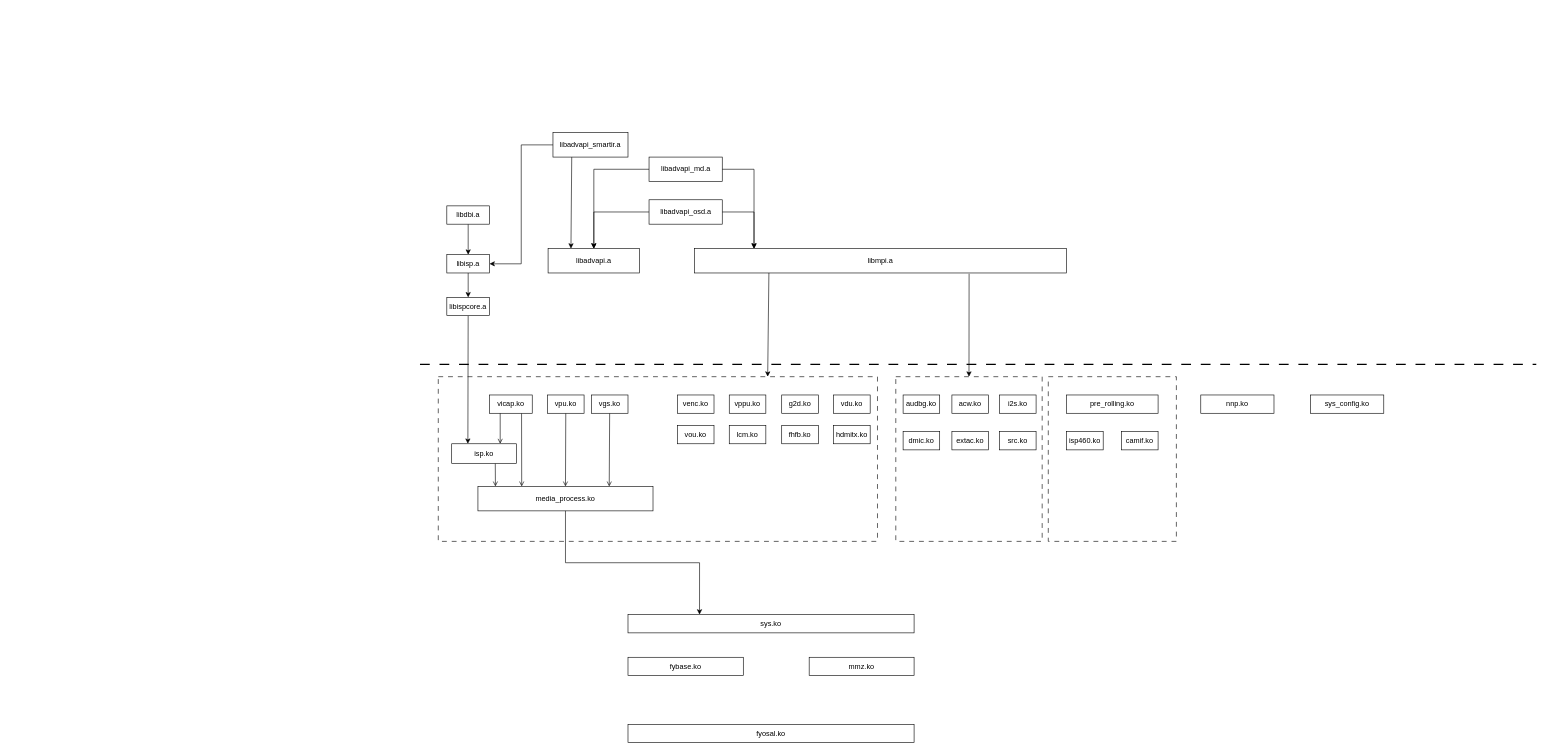
This is page "Linux" (1 of 2) of xc01 依赖关系.drawio from joliet0l/Diagram, a draw.io file, before an edit. Source tidied: cells renumbered, new cells numbered last; positions are measured from the earlier drawing's top-left corner, leaving out a move shared by most shapes. Both pictures are drawn from the tidied source at 61%, with x=0, y=0 at pixel (420, 132).
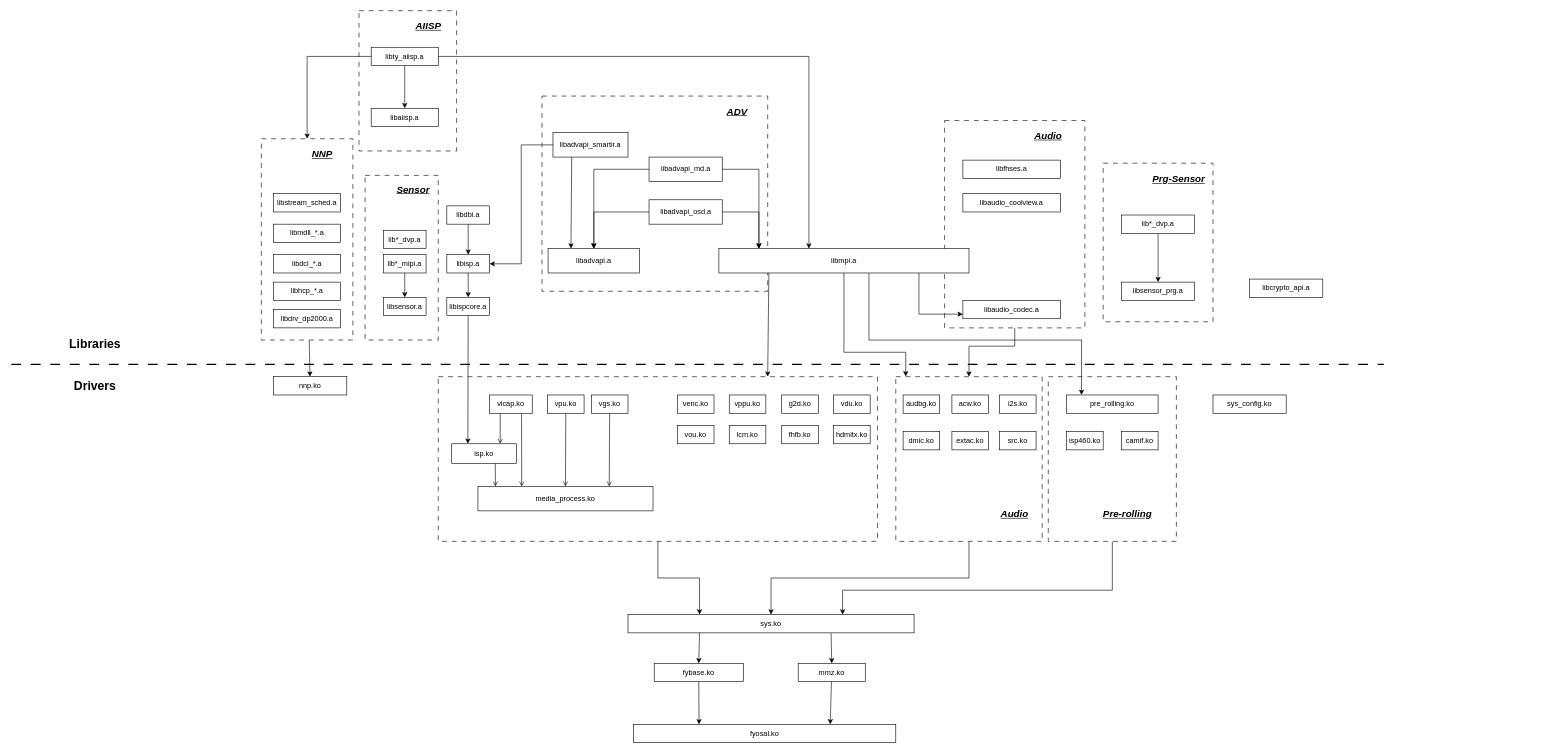
After the change.

Commit message:
更新xc01 依赖关系.drawio

Unchanged cells that the change refers to:
```xml
<mxCell id="2" style="rounded=0;whiteSpace=wrap;html=1;dashed=1;dashPattern=8 8;" parent="1" vertex="1">
  <mxGeometry x="1030" y="400" width="210" height="270" as="geometry" />
</mxCell>
<mxCell id="3" style="rounded=0;whiteSpace=wrap;html=1;dashed=1;dashPattern=8 8;" parent="1" vertex="1">
  <mxGeometry x="780" y="400" width="240" height="270" as="geometry" />
</mxCell>
<mxCell id="4" style="rounded=0;whiteSpace=wrap;html=1;dashed=1;dashPattern=8 8;" parent="1" vertex="1">
  <mxGeometry x="30" y="400" width="720" height="270" as="geometry" />
</mxCell>
<mxCell id="16" value="media_process.ko" style="rounded=0;whiteSpace=wrap;html=1;points=[[0,0,0,0,0],[0,0.25,0,0,0],[0,0.5,0,0,0],[0,0.75,0,0,0],[0,1,0,0,0],[0.1,0,0,0,0],[0.25,0,0,0,0],[0.25,1,0,0,0],[0.41,0,0,0,0],[0.5,0,0,0,0],[0.5,1,0,0,0],[0.63,0,0,0,0],[0.75,0,0,0,0],[0.75,1,0,0,0],[0.89,0,0,0,0],[1,0,0,0,0],[1,0.25,0,0,0],[1,0.5,0,0,0],[1,0.75,0,0,0],[1,1,0,0,0]];" parent="1" vertex="1">
  <mxGeometry x="95" y="580" width="287" height="40" as="geometry" />
</mxCell>
<mxCell id="18" value="sys.ko" style="rounded=0;whiteSpace=wrap;html=1;" parent="1" vertex="1">
  <mxGeometry x="341" y="790" width="469" height="30" as="geometry" />
</mxCell>
```

What changed in the source:
```diff
@@
+    <mxCell id="59" style="rounded=0;whiteSpace=wrap;html=1;dashed=1;dashPattern=8 8;" parent="1" vertex="1">
+      <mxGeometry x="1120" y="50" width="180" height="260" as="geometry" />
+    </mxCell>
+    <mxCell id="60" style="edgeStyle=orthogonalEdgeStyle;rounded=0;jettySize=auto;html=1;entryX=0.5;entryY=0;entryDx=0;entryDy=0;exitX=0.5;exitY=1;exitDx=0;exitDy=0;" parent="1" edge="1" source="61" target="3">
+      <mxGeometry relative="1" as="geometry">
+        <Array as="points">
+          <mxPoint x="975" y="350" />
+          <mxPoint x="900" y="350" />
+        </Array>
+      </mxGeometry>
+    </mxCell>
+    <mxCell id="61" style="rounded=0;whiteSpace=wrap;html=1;dashed=1;dashPattern=8 8;" parent="1" vertex="1">
+      <mxGeometry x="860" y="-20" width="230" height="340" as="geometry" />
+    </mxCell>
+    <mxCell id="62" style="rounded=0;whiteSpace=wrap;html=1;dashed=1;dashPattern=8 8;" parent="1" vertex="1">
+      <mxGeometry x="-90" y="70" width="120" height="270" as="geometry" />
+    </mxCell>
+    <mxCell id="63" style="rounded=0;whiteSpace=wrap;html=1;dashed=1;dashPattern=8 8;" parent="1" vertex="1">
+      <mxGeometry x="-100" y="-200" width="160" height="230" as="geometry" />
+    </mxCell>
+    <mxCell id="64" style="edgeStyle=none;rounded=0;jettySize=auto;html=1;" parent="1" edge="1" source="65" target="38">
+      <mxGeometry relative="1" as="geometry" />
+    </mxCell>
+    <mxCell id="65" style="rounded=0;whiteSpace=wrap;html=1;dashed=1;dashPattern=8 8;" parent="1" vertex="1">
+      <mxGeometry x="-260" y="10" width="150" height="330" as="geometry" />
+    </mxCell>
+    <mxCell id="66" style="rounded=0;whiteSpace=wrap;html=1;dashed=1;dashPattern=8 8;" parent="1" vertex="1">
+      <mxGeometry x="200" y="-60" width="370" height="320" as="geometry" />
+    </mxCell>
+    <mxCell id="67" style="edgeStyle=orthogonalEdgeStyle;rounded=0;jettySize=auto;html=1;entryX=0.75;entryY=0;entryDx=0;entryDy=0;exitX=0.5;exitY=1;exitDx=0;exitDy=0;" parent="1" edge="1" source="2" target="18">
+      <mxGeometry relative="1" as="geometry">
+        <Array as="points">
+          <mxPoint x="1135" y="750" />
+          <mxPoint x="693" y="750" />
+        </Array>
+      </mxGeometry>
+    </mxCell>
@@
+    <mxCell id="68" style="edgeStyle=orthogonalEdgeStyle;rounded=0;jettySize=auto;html=1;entryX=0.5;entryY=0;entryDx=0;entryDy=0;" parent="1" edge="1" source="3" target="18">
+      <mxGeometry relative="1" as="geometry" />
+    </mxCell>
@@
-    <mxCell id="5" style="edgeStyle=none;rounded=0;jettySize=auto;html=1;entryX=0.5;entryY=0;entryDx=0;entryDy=0;exitX=0.738;exitY=1.032;exitDx=0;exitDy=0;exitPerimeter=0;" parent="1" edge="1" source="6" target="3">
-      <mxGeometry relative="1" as="geometry" />
+    <mxCell id="5" style="edgeStyle=orthogonalEdgeStyle;rounded=0;jettySize=auto;html=1;entryX=0.068;entryY=-0.002;entryDx=0;entryDy=0;exitX=0.5;exitY=1;exitDx=0;exitDy=0;exitPerimeter=0;entryPerimeter=0;" parent="1" edge="1" source="6" target="3">
+      <mxGeometry relative="1" as="geometry">
+        <Array as="points">
+          <mxPoint x="695" y="360" />
+          <mxPoint x="796" y="360" />
+        </Array>
+      </mxGeometry>
     </mxCell>
+    <mxCell id="69" style="edgeStyle=orthogonalEdgeStyle;rounded=0;jettySize=auto;html=1;entryX=0;entryY=0.75;entryDx=0;entryDy=0;exitX=0.8;exitY=1;exitDx=0;exitDy=0;exitPerimeter=0;" parent="1" edge="1" source="6" target="85">
+      <mxGeometry relative="1" as="geometry" />
+    </mxCell>
+    <mxCell id="70" style="edgeStyle=orthogonalEdgeStyle;rounded=0;jettySize=auto;html=1;exitX=0.6;exitY=1;exitDx=0;exitDy=0;exitPerimeter=0;entryX=0.25;entryY=0;entryDx=0;entryDy=0;" parent="1" edge="1" source="6">
+      <mxGeometry relative="1" as="geometry">
+        <mxPoint x="1084.5" y="430" as="targetPoint" />
+        <Array as="points">
+          <mxPoint x="736" y="340" />
+          <mxPoint x="1084" y="340" />
+        </Array>
+      </mxGeometry>
+    </mxCell>
     <mxCell id="6" value="libmpi.a" style="rounded=0;whiteSpace=wrap;html=1;points=[[0,0,0,0,0],[0,0.25,0,0,0],[0,0.5,0,0,0],[0,0.75,0,0,0],[0,1,0,0,0],[0.16,0,0,0,0],[0.2,1,0,0,0],[0.25,0,0,0,0],[0.25,1,0,0,0],[0.36,0,0,0,0],[0.4,1,0,0,0],[0.5,0,0,0,0],[0.5,1,0,0,0],[0.56,0,0,0,0],[0.6,1,0,0,0],[0.75,0,0,0,0],[0.75,1,0,0,0],[0.76,0,0,0,0],[0.8,1,0,0,0],[1,0,0,0,0],[1,0.25,0,0,0],[1,0.5,0,0,0],[1,0.75,0,0,0],[1,1,0,0,0]];" parent="1" vertex="1">
-      <mxGeometry x="450" y="190" width="610" height="40" as="geometry" />
+      <mxGeometry x="490" y="190" width="410" height="40" as="geometry" />
     </mxCell>
     <mxCell id="7" style="endArrow=none;dashed=1;html=1;dashPattern=8 8;strokeWidth=2;rounded=0;" parent="1" edge="1">
       <mxGeometry relative="1" as="geometry">
-        <mxPoint y="380" as="sourcePoint" />
-        <mxPoint x="1830" y="380" as="targetPoint" />
+        <mxPoint x="-670" y="380" as="sourcePoint" />
+        <mxPoint x="1580" y="380" as="targetPoint" />
       </mxGeometry>
     </mxCell>
@@
+    <mxCell id="71" style="edgeStyle=none;rounded=0;jettySize=auto;html=1;entryX=0.5;entryY=0;entryDx=0;entryDy=0;entryPerimeter=0;exitX=0.71;exitY=1.027;exitDx=0;exitDy=0;exitPerimeter=0;" parent="1" edge="1" source="18" target="21">
+      <mxGeometry relative="1" as="geometry" />
+    </mxCell>
@@
     <mxCell id="19" value="fybase.ko" style="rounded=0;whiteSpace=wrap;html=1;points=[[0,0,0,0,0],[0,0.25,0,0,0],[0,0.5,0,0,0],[0,0.75,0,0,0],[0,1,0,0,0],[0.25,0,0,0,0],[0.25,1,0,0,0],[0.5,0,0,0,0],[0.5,1,0,0,0],[0.75,0,0,0,0],[0.75,1,0,0,0],[1,0,0,0,0],[1,0.25,0,0,0],[1,0.5,0,0,0],[1,0.75,0,0,0],[1,1,0,0,0]];" parent="1" vertex="1">
-      <mxGeometry x="341" y="860" width="189" height="30" as="geometry" />
+      <mxGeometry x="384" y="870" width="146" height="30" as="geometry" />
     </mxCell>
     <mxCell id="20" value="fyosal.ko" style="rounded=0;whiteSpace=wrap;html=1;points=[[0,0,0,0,0],[0,0.25,0,0,0],[0,0.5,0,0,0],[0,0.75,0,0,0],[0,1,0,0,0],[0.25,0,0,0,0],[0.25,1,0,0,0],[0.5,0,0,0,0],[0.5,1,0,0,0],[0.75,0,0,0,0],[0.75,1,0,0,0],[1,0,0,0,0],[1,0.25,0,0,0],[1,0.5,0,0,0],[1,0.75,0,0,0],[1,1,0,0,0]];" parent="1" vertex="1">
-      <mxGeometry x="341" y="970" width="469" height="30" as="geometry" />
+      <mxGeometry x="350" y="970" width="430" height="30" as="geometry" />
     </mxCell>
     <mxCell id="21" value="mmz.ko" style="rounded=0;whiteSpace=wrap;html=1;points=[[0,0,0,0,0],[0,0.25,0,0,0],[0,0.5,0,0,0],[0,0.75,0,0,0],[0,1,0,0,0],[0.25,0,0,0,0],[0.25,1,0,0,0],[0.5,0,0,0,0],[0.5,1,0,0,0],[0.75,0,0,0,0],[0.75,1,0,0,0],[1,0,0,0,0],[1,0.25,0,0,0],[1,0.5,0,0,0],[1,0.75,0,0,0],[1,1,0,0,0]];" parent="1" vertex="1">
-      <mxGeometry x="638" y="860" width="172" height="30" as="geometry" />
+      <mxGeometry x="620" y="870" width="110" height="30" as="geometry" />
     </mxCell>
-    <mxCell id="22" style="edgeStyle=orthogonalEdgeStyle;rounded=0;jettySize=auto;html=1;entryX=0.25;entryY=0;entryDx=0;entryDy=0;entryPerimeter=0;" parent="1" edge="1" source="16" target="18">
+    <mxCell id="22" style="edgeStyle=orthogonalEdgeStyle;rounded=0;jettySize=auto;html=1;entryX=0.25;entryY=0;entryDx=0;entryDy=0;entryPerimeter=0;exitX=0.5;exitY=1;exitDx=0;exitDy=0;" parent="1" edge="1" source="4" target="18">
       <mxGeometry relative="1" as="geometry" />
     </mxCell>
@@
     <mxCell id="38" value="nnp.ko" style="rounded=0;whiteSpace=wrap;html=1;" parent="1" vertex="1">
-      <mxGeometry x="1280" y="430" width="120" height="30" as="geometry" />
+      <mxGeometry x="-240" y="400" width="120" height="30" as="geometry" />
     </mxCell>
@@
     <mxCell id="40" value="sys_config.ko" style="rounded=0;whiteSpace=wrap;html=1;" parent="1" vertex="1">
-      <mxGeometry x="1460" y="430" width="120" height="30" as="geometry" />
+      <mxGeometry x="1300" y="430" width="120" height="30" as="geometry" />
     </mxCell>
@@
+    <mxCell id="72" style="edgeStyle=none;rounded=0;jettySize=auto;html=1;exitX=0.25;exitY=1;exitDx=0;exitDy=0;entryX=0.5;entryY=0;entryDx=0;entryDy=0;entryPerimeter=0;" parent="1" edge="1" source="18" target="19">
+      <mxGeometry relative="1" as="geometry" />
+    </mxCell>
+    <mxCell id="73" style="edgeStyle=none;rounded=0;jettySize=auto;html=1;entryX=0.25;entryY=0;entryDx=0;entryDy=0;entryPerimeter=0;" parent="1" edge="1" source="19" target="20">
+      <mxGeometry relative="1" as="geometry" />
+    </mxCell>
+    <mxCell id="74" style="edgeStyle=none;rounded=0;jettySize=auto;html=1;entryX=0.75;entryY=0;entryDx=0;entryDy=0;entryPerimeter=0;" parent="1" edge="1" source="21" target="20">
+      <mxGeometry relative="1" as="geometry" />
+    </mxCell>
+    <mxCell id="75" value="libdrv_dp2000.a" style="rounded=0;whiteSpace=wrap;html=1;" parent="1" vertex="1">
+      <mxGeometry x="-240" y="290" width="110" height="30" as="geometry" />
+    </mxCell>
+    <mxCell id="76" value="libhcp_*.a" style="rounded=0;whiteSpace=wrap;html=1;" parent="1" vertex="1">
+      <mxGeometry x="-240" y="245" width="110" height="30" as="geometry" />
+    </mxCell>
+    <mxCell id="77" value="libdcl_*.a" style="rounded=0;whiteSpace=wrap;html=1;" parent="1" vertex="1">
+      <mxGeometry x="-240" y="200" width="110" height="30" as="geometry" />
+    </mxCell>
+    <mxCell id="78" value="libmdll_*.a" style="rounded=0;whiteSpace=wrap;html=1;" parent="1" vertex="1">
+      <mxGeometry x="-240" y="150" width="110" height="30" as="geometry" />
+    </mxCell>
+    <mxCell id="79" value="libstream_sched.a" style="rounded=0;whiteSpace=wrap;html=1;" parent="1" vertex="1">
+      <mxGeometry x="-240" y="100" width="110" height="30" as="geometry" />
+    </mxCell>
+    <mxCell id="80" value="libaiisp.a" style="rounded=0;whiteSpace=wrap;html=1;" parent="1" vertex="1">
+      <mxGeometry x="-80" y="-40" width="110" height="30" as="geometry" />
+    </mxCell>
+    <mxCell id="81" style="edgeStyle=orthogonalEdgeStyle;rounded=0;jettySize=auto;html=1;entryX=0.5;entryY=0;entryDx=0;entryDy=0;" parent="1" edge="1" source="83" target="65">
+      <mxGeometry relative="1" as="geometry" />
+    </mxCell>
+    <mxCell id="82" style="edgeStyle=none;rounded=0;jettySize=auto;html=1;" parent="1" edge="1" source="83" target="80">
+      <mxGeometry relative="1" as="geometry" />
+    </mxCell>
+    <mxCell id="83" value="libty_aiisp.a" style="rounded=0;whiteSpace=wrap;html=1;" parent="1" vertex="1">
+      <mxGeometry x="-80" y="-140" width="110" height="30" as="geometry" />
+    </mxCell>
+    <mxCell id="84" style="edgeStyle=orthogonalEdgeStyle;rounded=0;jettySize=auto;html=1;entryX=0.36;entryY=0;entryDx=0;entryDy=0;entryPerimeter=0;" parent="1" edge="1" source="83" target="6">
+      <mxGeometry relative="1" as="geometry" />
+    </mxCell>
+    <mxCell id="85" value="libaudio_codec.a" style="rounded=0;whiteSpace=wrap;html=1;" parent="1" vertex="1">
+      <mxGeometry x="890" y="275" width="160" height="30" as="geometry" />
+    </mxCell>
+    <mxCell id="86" value="libsensor.a" style="rounded=0;whiteSpace=wrap;html=1;" parent="1" vertex="1">
+      <mxGeometry x="-60" y="270" width="70" height="30" as="geometry" />
+    </mxCell>
+    <mxCell id="87" style="edgeStyle=none;rounded=0;jettySize=auto;html=1;" parent="1" edge="1" source="88" target="86">
+      <mxGeometry relative="1" as="geometry" />
+    </mxCell>
+    <mxCell id="88" value="lib*_mipi.a" style="rounded=0;whiteSpace=wrap;html=1;" parent="1" vertex="1">
+      <mxGeometry x="-60" y="200" width="70" height="30" as="geometry" />
+    </mxCell>
+    <mxCell id="89" value="lib*_dvp.a" style="rounded=0;whiteSpace=wrap;html=1;" parent="1" vertex="1">
+      <mxGeometry x="-60" y="160" width="70" height="30" as="geometry" />
+    </mxCell>
+    <mxCell id="90" value="libaudio_coolview.a" style="rounded=0;whiteSpace=wrap;html=1;" parent="1" vertex="1">
+      <mxGeometry x="890" y="100" width="160" height="30" as="geometry" />
+    </mxCell>
+    <mxCell id="91" value="libfhses.a" style="rounded=0;whiteSpace=wrap;html=1;" parent="1" vertex="1">
+      <mxGeometry x="890" y="45" width="160" height="30" as="geometry" />
+    </mxCell>
+    <mxCell id="92" style="edgeStyle=none;rounded=0;jettySize=auto;html=1;" parent="1" edge="1" source="93" target="94">
+      <mxGeometry relative="1" as="geometry" />
+    </mxCell>
+    <mxCell id="93" value="lib*_dvp.a" style="rounded=0;whiteSpace=wrap;html=1;" parent="1" vertex="1">
+      <mxGeometry x="1150" y="135" width="120" height="30" as="geometry" />
+    </mxCell>
+    <mxCell id="94" value="libsensor_prg.a" style="rounded=0;whiteSpace=wrap;html=1;" parent="1" vertex="1">
+      <mxGeometry x="1150" y="245" width="120" height="30" as="geometry" />
+    </mxCell>
+    <mxCell id="95" value="&lt;font style=&quot;font-size: 16px;&quot;&gt;&lt;b&gt;&lt;i&gt;&lt;u&gt;NNP&lt;/u&gt;&lt;/i&gt;&lt;/b&gt;&lt;/font&gt;" style="text;html=1;align=center;verticalAlign=middle;whiteSpace=wrap;rounded=0;" parent="1" vertex="1">
+      <mxGeometry x="-190" y="20" width="60" height="30" as="geometry" />
+    </mxCell>
+    <mxCell id="96" value="&lt;font style=&quot;font-size: 16px;&quot;&gt;&lt;b&gt;&lt;i&gt;&lt;u&gt;AIISP&lt;/u&gt;&lt;/i&gt;&lt;/b&gt;&lt;/font&gt;" style="text;html=1;align=center;verticalAlign=middle;whiteSpace=wrap;rounded=0;" parent="1" vertex="1">
+      <mxGeometry x="-16" y="-190" width="60" height="30" as="geometry" />
+    </mxCell>
+    <mxCell id="97" value="&lt;font style=&quot;font-size: 16px;&quot;&gt;&lt;b&gt;&lt;i&gt;&lt;u&gt;Sensor&lt;/u&gt;&lt;/i&gt;&lt;/b&gt;&lt;/font&gt;" style="text;html=1;align=center;verticalAlign=middle;whiteSpace=wrap;rounded=0;" parent="1" vertex="1">
+      <mxGeometry x="-41" y="78" width="60" height="30" as="geometry" />
+    </mxCell>
+    <mxCell id="98" value="&lt;font style=&quot;font-size: 16px;&quot;&gt;&lt;b&gt;&lt;i&gt;&lt;u&gt;ADV&lt;/u&gt;&lt;/i&gt;&lt;/b&gt;&lt;/font&gt;" style="text;html=1;align=center;verticalAlign=middle;whiteSpace=wrap;rounded=0;" parent="1" vertex="1">
+      <mxGeometry x="490" y="-50" width="60" height="30" as="geometry" />
+    </mxCell>
+    <mxCell id="99" value="&lt;font style=&quot;font-size: 16px;&quot;&gt;&lt;b&gt;&lt;i&gt;&lt;u&gt;Audio&lt;/u&gt;&lt;/i&gt;&lt;/b&gt;&lt;/font&gt;" style="text;html=1;align=center;verticalAlign=middle;whiteSpace=wrap;rounded=0;" parent="1" vertex="1">
+      <mxGeometry x="1000" y="-10" width="60" height="30" as="geometry" />
+    </mxCell>
+    <mxCell id="100" value="&lt;font style=&quot;font-size: 16px;&quot;&gt;&lt;b&gt;&lt;i&gt;&lt;u&gt;Prg-Sensor&lt;/u&gt;&lt;/i&gt;&lt;/b&gt;&lt;/font&gt;" style="text;html=1;align=center;verticalAlign=middle;whiteSpace=wrap;rounded=0;" parent="1" vertex="1">
+      <mxGeometry x="1199" y="61" width="90" height="30" as="geometry" />
+    </mxCell>
+    <mxCell id="101" value="&lt;font style=&quot;font-size: 16px;&quot;&gt;&lt;b&gt;&lt;i&gt;&lt;u&gt;Audio&lt;/u&gt;&lt;/i&gt;&lt;/b&gt;&lt;/font&gt;" style="text;html=1;align=center;verticalAlign=middle;whiteSpace=wrap;rounded=0;" parent="1" vertex="1">
+      <mxGeometry x="945" y="610" width="60" height="30" as="geometry" />
+    </mxCell>
+    <mxCell id="102" value="&lt;font style=&quot;font-size: 16px;&quot;&gt;&lt;b&gt;&lt;i&gt;&lt;u&gt;Pre-rolling&lt;/u&gt;&lt;/i&gt;&lt;/b&gt;&lt;/font&gt;" style="text;html=1;align=center;verticalAlign=middle;whiteSpace=wrap;rounded=0;" parent="1" vertex="1">
+      <mxGeometry x="1090" y="610" width="140" height="30" as="geometry" />
+    </mxCell>
+    <mxCell id="103" value="&lt;font style=&quot;font-size: 20px;&quot;&gt;&lt;b&gt;Libraries&lt;/b&gt;&lt;/font&gt;" style="text;html=1;align=center;verticalAlign=middle;whiteSpace=wrap;rounded=0;" parent="1" vertex="1">
+      <mxGeometry x="-625" y="330" width="185" height="30" as="geometry" />
+    </mxCell>
+    <mxCell id="104" value="&lt;font style=&quot;font-size: 20px;&quot;&gt;&lt;b&gt;Drivers&lt;/b&gt;&lt;/font&gt;" style="text;html=1;align=center;verticalAlign=middle;whiteSpace=wrap;rounded=0;" parent="1" vertex="1">
+      <mxGeometry x="-625" y="400" width="185" height="30" as="geometry" />
+    </mxCell>
+    <mxCell id="105" value="libcrypto_api.a" style="rounded=0;whiteSpace=wrap;html=1;" parent="1" vertex="1">
+      <mxGeometry x="1360" y="240" width="120" height="30" as="geometry" />
+    </mxCell>
```
